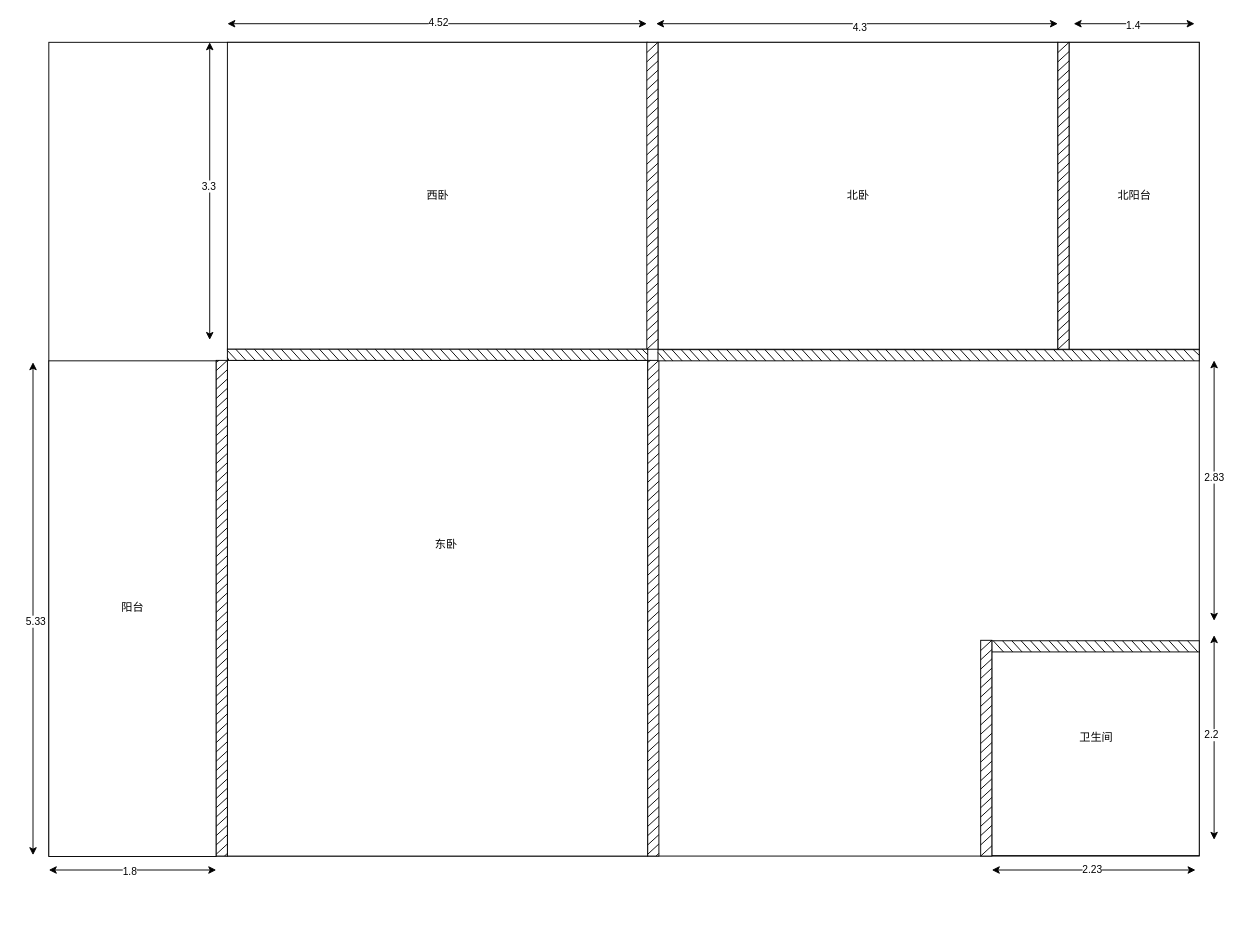
This is gushan.drawio from huangshijie/Drawio, a draw.io file, before an edit. Source tidied: cells renumbered, new cells numbered last; positions are measured from the earlier drawing's top-left corner, leaving out a move shared by most shapes. Both pictures are drawn from the tidied source at 93%, with x=0, y=0 at pixel (-27, 23).
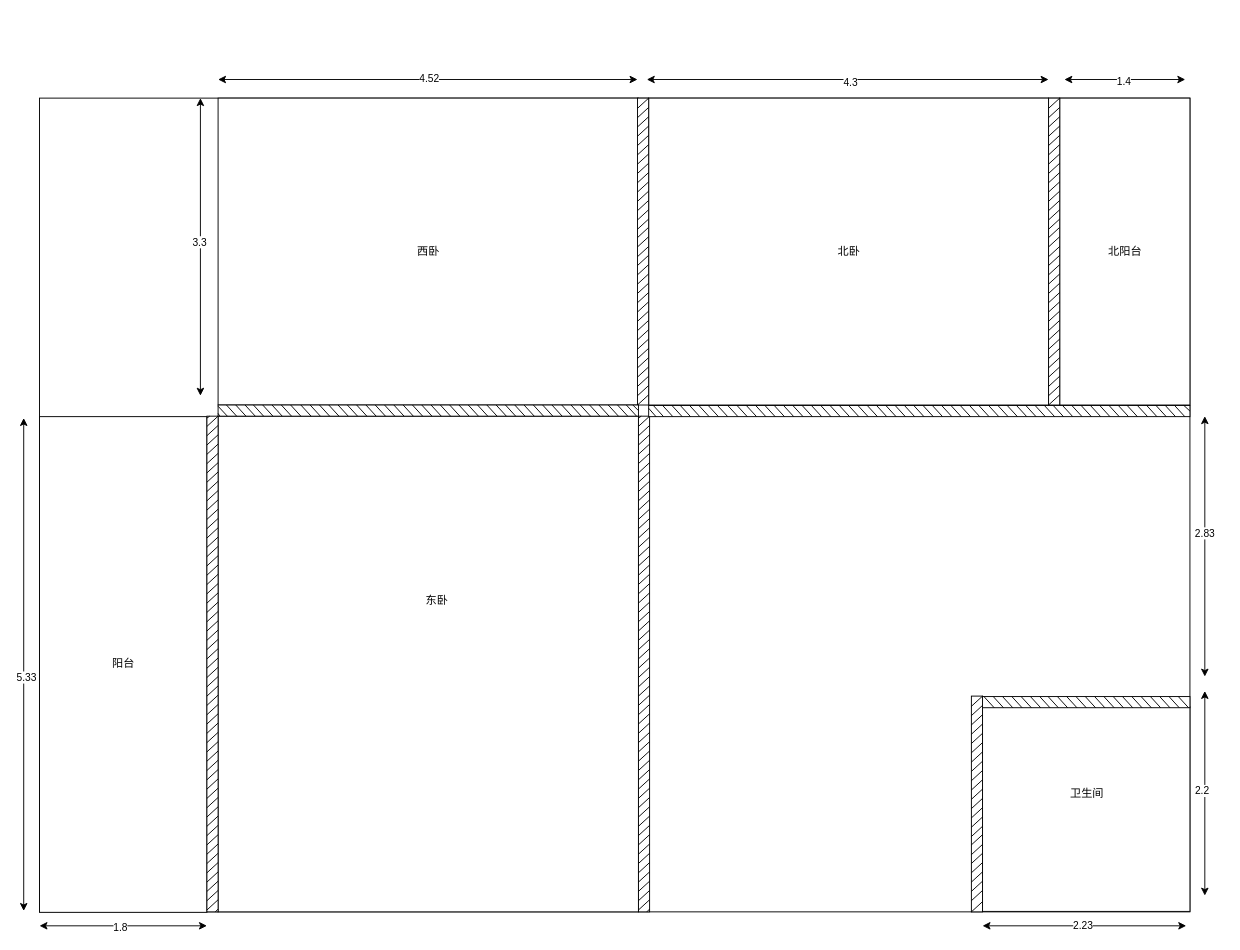
Above is the later version.

Diff of the diagram source:
```diff
@@
+    <mxCell id="376" style="group;" parent="1" vertex="1">
+      <mxGeometry x="54" y="60" width="1270" height="910" as="geometry" />
+    </mxCell>
-    <mxCell id="2" style="rounded=0;whiteSpace=wrap;html=1;" parent="1" vertex="1">
-      <mxGeometry x="81" y="20" width="1237" height="875" as="geometry" />
+    <mxCell id="2" style="rounded=0;whiteSpace=wrap;html=1;" parent="376" vertex="1">
+      <mxGeometry x="17" y="20" width="1237" height="875" as="geometry" />
     </mxCell>
-    <mxCell id="3" style="rounded=0;whiteSpace=wrap;html=1;" parent="1" vertex="1">
-      <mxGeometry x="273" y="20" width="452" height="330" as="geometry" />
+    <mxCell id="3" style="rounded=0;whiteSpace=wrap;html=1;" parent="376" vertex="1">
+      <mxGeometry x="209" y="20" width="452" height="330" as="geometry" />
     </mxCell>
-    <mxCell id="4" style="rounded=0;whiteSpace=wrap;html=1;" parent="1" vertex="1">
-      <mxGeometry x="736" y="20" width="430" height="330" as="geometry" />
+    <mxCell id="4" style="rounded=0;whiteSpace=wrap;html=1;" parent="376" vertex="1">
+      <mxGeometry x="672" y="20" width="430" height="330" as="geometry" />
     </mxCell>
-    <mxCell id="5" style="rounded=0;whiteSpace=wrap;html=1;" parent="1" vertex="1">
-      <mxGeometry x="1178" y="20" width="140" height="330" as="geometry" />
+    <mxCell id="5" style="rounded=0;whiteSpace=wrap;html=1;" parent="376" vertex="1">
+      <mxGeometry x="1114" y="20" width="140" height="330" as="geometry" />
     </mxCell>
-    <mxCell id="6" style="rounded=0;whiteSpace=wrap;html=1;" parent="1" vertex="1">
-      <mxGeometry x="273" y="362" width="452" height="533" as="geometry" />
+    <mxCell id="6" style="rounded=0;whiteSpace=wrap;html=1;" parent="376" vertex="1">
+      <mxGeometry x="209" y="362" width="452" height="533" as="geometry" />
     </mxCell>
-    <mxCell id="7" style="rounded=0;whiteSpace=wrap;html=1;" parent="1" vertex="1">
-      <mxGeometry x="1095" y="674.5" width="223" height="220" as="geometry" />
+    <mxCell id="7" style="rounded=0;whiteSpace=wrap;html=1;" parent="376" vertex="1">
+      <mxGeometry x="1031" y="674.5" width="223" height="220" as="geometry" />
     </mxCell>
-    <mxCell id="8" style="rounded=0;whiteSpace=wrap;html=1;" parent="1" vertex="1">
-      <mxGeometry x="81" y="362.5" width="180" height="533" as="geometry" />
+    <mxCell id="8" style="rounded=0;whiteSpace=wrap;html=1;" parent="376" vertex="1">
+      <mxGeometry x="17" y="362.5" width="180" height="533" as="geometry" />
     </mxCell>
-    <mxCell id="9" style="endArrow=classic;startArrow=classic;html=1;rounded=0;" parent="1" edge="1">
+    <mxCell id="9" style="endArrow=classic;startArrow=classic;html=1;rounded=0;" parent="376" edge="1">
       <mxGeometry relative="1" as="geometry">
-        <mxPoint x="81" y="910" as="sourcePoint" />
-        <mxPoint x="261" y="910" as="targetPoint" />
+        <mxPoint x="17" y="910" as="sourcePoint" />
+        <mxPoint x="197" y="910" as="targetPoint" />
       </mxGeometry>
     </mxCell>
@@
-    <mxCell id="11" style="endArrow=classic;startArrow=classic;html=1;rounded=0;" parent="1" edge="1">
+    <mxCell id="11" style="endArrow=classic;startArrow=classic;html=1;rounded=0;" parent="376" edge="1">
       <mxGeometry relative="1" as="geometry">
-        <mxPoint x="64" y="894" as="sourcePoint" />
-        <mxPoint x="64" y="364" as="targetPoint" />
+        <mxPoint y="894" as="sourcePoint" />
+        <mxPoint y="364" as="targetPoint" />
       </mxGeometry>
     </mxCell>
@@
-    <mxCell id="13" style="endArrow=classic;startArrow=classic;html=1;rounded=0;" parent="1" edge="1">
+    <mxCell id="13" style="endArrow=classic;startArrow=classic;html=1;rounded=0;" parent="376" edge="1">
       <mxGeometry relative="1" as="geometry">
-        <mxPoint x="254" y="340" as="sourcePoint" />
-        <mxPoint x="254" y="20" as="targetPoint" />
+        <mxPoint x="190" y="340" as="sourcePoint" />
+        <mxPoint x="190" y="20" as="targetPoint" />
       </mxGeometry>
     </mxCell>
@@
-    <mxCell id="15" style="endArrow=classic;startArrow=classic;html=1;rounded=0;" parent="1" edge="1">
+    <mxCell id="15" style="endArrow=classic;startArrow=classic;html=1;rounded=0;" parent="376" edge="1">
       <mxGeometry relative="1" as="geometry">
-        <mxPoint x="273" as="sourcePoint" />
-        <mxPoint x="724" as="targetPoint" />
+        <mxPoint x="209" as="sourcePoint" />
+        <mxPoint x="660" as="targetPoint" />
       </mxGeometry>
     </mxCell>
@@
-    <mxCell id="17" style="endArrow=classic;startArrow=classic;html=1;rounded=0;" parent="1" edge="1">
+    <mxCell id="17" style="endArrow=classic;startArrow=classic;html=1;rounded=0;" parent="376" edge="1">
       <mxGeometry relative="1" as="geometry">
-        <mxPoint x="734" as="sourcePoint" />
-        <mxPoint x="1166" as="targetPoint" />
+        <mxPoint x="670" as="sourcePoint" />
+        <mxPoint x="1102" as="targetPoint" />
       </mxGeometry>
     </mxCell>
@@
-    <mxCell id="19" style="endArrow=classic;startArrow=classic;html=1;rounded=0;" parent="1" edge="1">
+    <mxCell id="19" style="endArrow=classic;startArrow=classic;html=1;rounded=0;" parent="376" edge="1">
       <mxGeometry relative="1" as="geometry">
-        <mxPoint x="1183" as="sourcePoint" />
-        <mxPoint x="1313" as="targetPoint" />
+        <mxPoint x="1119" as="sourcePoint" />
+        <mxPoint x="1249" as="targetPoint" />
       </mxGeometry>
     </mxCell>
@@
-    <mxCell id="21" style="endArrow=classic;startArrow=classic;html=1;rounded=0;" parent="1" edge="1">
+    <mxCell id="21" style="endArrow=classic;startArrow=classic;html=1;rounded=0;" parent="376" edge="1">
       <mxGeometry relative="1" as="geometry">
-        <mxPoint x="1334" y="642" as="sourcePoint" />
-        <mxPoint x="1334" y="362" as="targetPoint" />
+        <mxPoint x="1270" y="642" as="sourcePoint" />
+        <mxPoint x="1270" y="362" as="targetPoint" />
       </mxGeometry>
     </mxCell>
@@
-    <mxCell id="23" style="endArrow=classic;startArrow=classic;html=1;rounded=0;" parent="1" edge="1">
+    <mxCell id="23" style="endArrow=classic;startArrow=classic;html=1;rounded=0;" parent="376" edge="1">
       <mxGeometry relative="1" as="geometry">
-        <mxPoint x="1334" y="877.5" as="sourcePoint" />
-        <mxPoint x="1334" y="657.5" as="targetPoint" />
+        <mxPoint x="1270" y="877.5" as="sourcePoint" />
+        <mxPoint x="1270" y="657.5" as="targetPoint" />
       </mxGeometry>
     </mxCell>
@@
-    <mxCell id="25" style="endArrow=classic;startArrow=classic;html=1;rounded=0;" parent="1" edge="1">
+    <mxCell id="25" style="endArrow=classic;startArrow=classic;html=1;rounded=0;" parent="376" edge="1">
       <mxGeometry relative="1" as="geometry">
-        <mxPoint x="1095" y="910" as="sourcePoint" />
-        <mxPoint x="1314" y="910" as="targetPoint" />
+        <mxPoint x="1031" y="910" as="sourcePoint" />
+        <mxPoint x="1250" y="910" as="targetPoint" />
       </mxGeometry>
     </mxCell>
@@
-    <mxCell id="27" style="group;" parent="1" vertex="1">
-      <mxGeometry x="724" y="20" width="12" height="330" as="geometry" />
+    <mxCell id="27" style="group;" parent="376" vertex="1">
+      <mxGeometry x="660" y="20" width="12" height="330" as="geometry" />
     </mxCell>
@@
-    <mxCell id="62" style="group;" parent="1" vertex="1">
-      <mxGeometry x="1166" y="20" width="12" height="330" as="geometry" />
+    <mxCell id="62" style="group;" parent="376" vertex="1">
+      <mxGeometry x="1102" y="20" width="12" height="330" as="geometry" />
     </mxCell>
@@
-    <mxCell id="97" style="group;rotation=90;" parent="1" vertex="1">
-      <mxGeometry y="622" width="533" height="12" as="geometry" />
+    <mxCell id="97" style="group;rotation=90;" parent="376" vertex="1">
+      <mxGeometry x="-64" y="622" width="533" height="12" as="geometry" />
     </mxCell>
@@
-    <mxCell id="154" style="group;" parent="1" vertex="1">
-      <mxGeometry x="273" y="350" width="452" height="12" as="geometry" />
+    <mxCell id="154" style="group;" parent="376" vertex="1">
+      <mxGeometry x="209" y="350" width="452" height="12" as="geometry" />
     </mxCell>
@@
-    <mxCell id="203" style="group;rotation=90;" parent="1" vertex="1">
-      <mxGeometry x="464" y="622" width="533" height="12" as="geometry" />
+    <mxCell id="203" style="group;rotation=90;" parent="376" vertex="1">
+      <mxGeometry x="400" y="622" width="533" height="12" as="geometry" />
     </mxCell>
@@
-    <mxCell id="260" style="group;" parent="1" vertex="1">
-      <mxGeometry x="736" y="350.5" width="582" height="12" as="geometry" />
+    <mxCell id="260" style="group;" parent="376" vertex="1">
+      <mxGeometry x="672" y="350.5" width="582" height="12" as="geometry" />
     </mxCell>
@@
-    <mxCell id="321" style="group;" parent="1" vertex="1">
-      <mxGeometry x="1095" y="663.5" width="223" height="12" as="geometry" />
+    <mxCell id="321" style="group;" parent="376" vertex="1">
+      <mxGeometry x="1031" y="663.5" width="223" height="12" as="geometry" />
     </mxCell>
@@
-    <mxCell id="345" style="group;" parent="1" vertex="1">
-      <mxGeometry x="1083" y="663" width="235" height="232" as="geometry" />
+    <mxCell id="345" style="group;" parent="376" vertex="1">
+      <mxGeometry x="1019" y="663" width="235" height="232" as="geometry" />
     </mxCell>
@@
-    <mxCell id="370" value="西卧" style="text;html=1;align=center;verticalAlign=middle;strokeColor=none;fillColor=none;" parent="1" vertex="1">
-      <mxGeometry x="474" y="170" width="50" height="30" as="geometry" />
+    <mxCell id="370" value="西卧" style="text;html=1;align=center;verticalAlign=middle;strokeColor=none;fillColor=none;" parent="376" vertex="1">
+      <mxGeometry x="410" y="170" width="50" height="30" as="geometry" />
     </mxCell>
-    <mxCell id="371" value="东卧" style="text;html=1;align=center;verticalAlign=middle;strokeColor=none;fillColor=none;" parent="1" vertex="1">
-      <mxGeometry x="483" y="545" width="50" height="30" as="geometry" />
+    <mxCell id="371" value="东卧" style="text;html=1;align=center;verticalAlign=middle;strokeColor=none;fillColor=none;" parent="376" vertex="1">
+      <mxGeometry x="419" y="545" width="50" height="30" as="geometry" />
     </mxCell>
-    <mxCell id="372" value="卫生间" style="text;html=1;align=center;verticalAlign=middle;strokeColor=none;fillColor=none;" parent="1" vertex="1">
-      <mxGeometry x="1176.5" y="752.5" width="60" height="30" as="geometry" />
+    <mxCell id="372" value="卫生间" style="text;html=1;align=center;verticalAlign=middle;strokeColor=none;fillColor=none;" parent="376" vertex="1">
+      <mxGeometry x="1112.5" y="752.5" width="60" height="30" as="geometry" />
     </mxCell>
-    <mxCell id="373" value="北阳台" style="text;html=1;align=center;verticalAlign=middle;strokeColor=none;fillColor=none;" parent="1" vertex="1">
-      <mxGeometry x="1218" y="170" width="60" height="30" as="geometry" />
+    <mxCell id="373" value="北阳台" style="text;html=1;align=center;verticalAlign=middle;strokeColor=none;fillColor=none;" parent="376" vertex="1">
+      <mxGeometry x="1154" y="170" width="60" height="30" as="geometry" />
     </mxCell>
-    <mxCell id="374" value="北卧" style="text;html=1;align=center;verticalAlign=middle;strokeColor=none;fillColor=none;" parent="1" vertex="1">
-      <mxGeometry x="926" y="170" width="50" height="30" as="geometry" />
+    <mxCell id="374" value="北卧" style="text;html=1;align=center;verticalAlign=middle;strokeColor=none;fillColor=none;" parent="376" vertex="1">
+      <mxGeometry x="862" y="170" width="50" height="30" as="geometry" />
     </mxCell>
-    <mxCell id="375" value="阳台" style="text;html=1;align=center;verticalAlign=middle;strokeColor=none;fillColor=none;" parent="1" vertex="1">
-      <mxGeometry x="146" y="613" width="50" height="30" as="geometry" />
+    <mxCell id="375" value="阳台" style="text;html=1;align=center;verticalAlign=middle;strokeColor=none;fillColor=none;" parent="376" vertex="1">
+      <mxGeometry x="82" y="613" width="50" height="30" as="geometry" />
     </mxCell>
```
